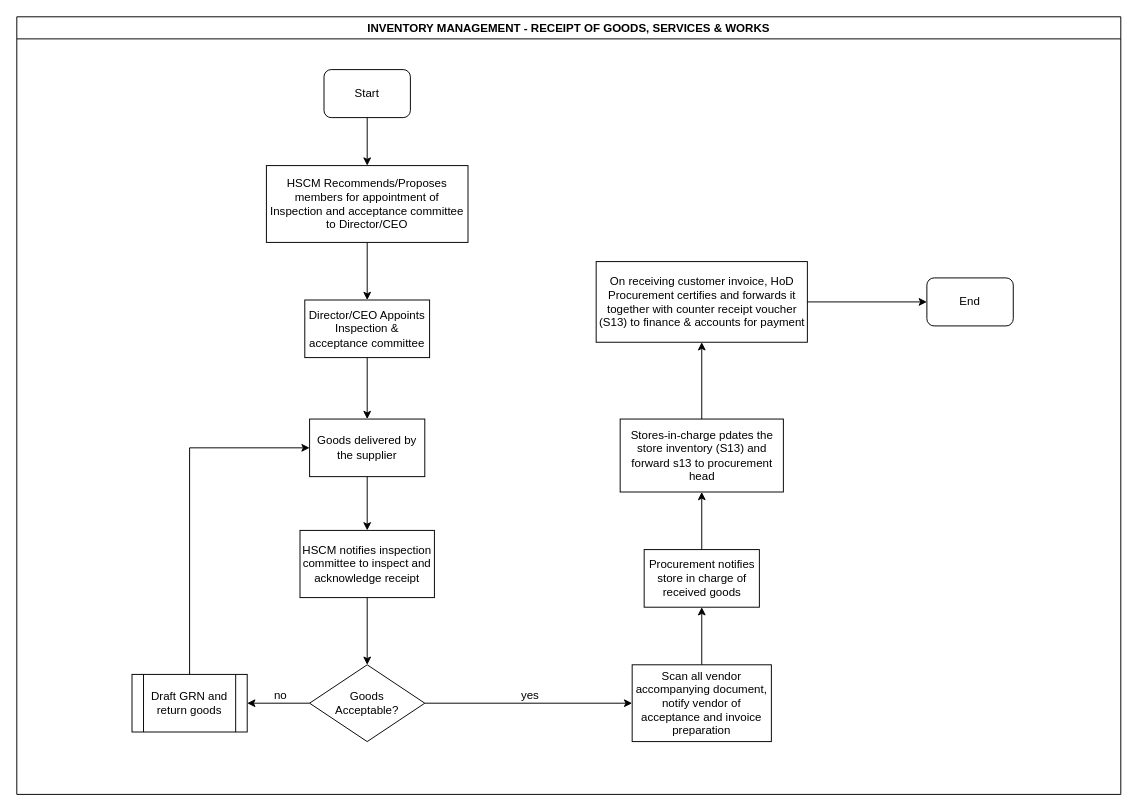
This is KEFRI-PROC-INVENTORY MANAGEMENT.drawio from kmagua/flowcharts, a draw.io file, before an edit. Source tidied: cells renumbered, new cells numbered last; positions are measured from the earlier drawing's top-left corner, leaving out a move shared by most shapes. Both pictures are drawn from the tidied source at 96%, with x=0, y=0 at pixel (16, 16).
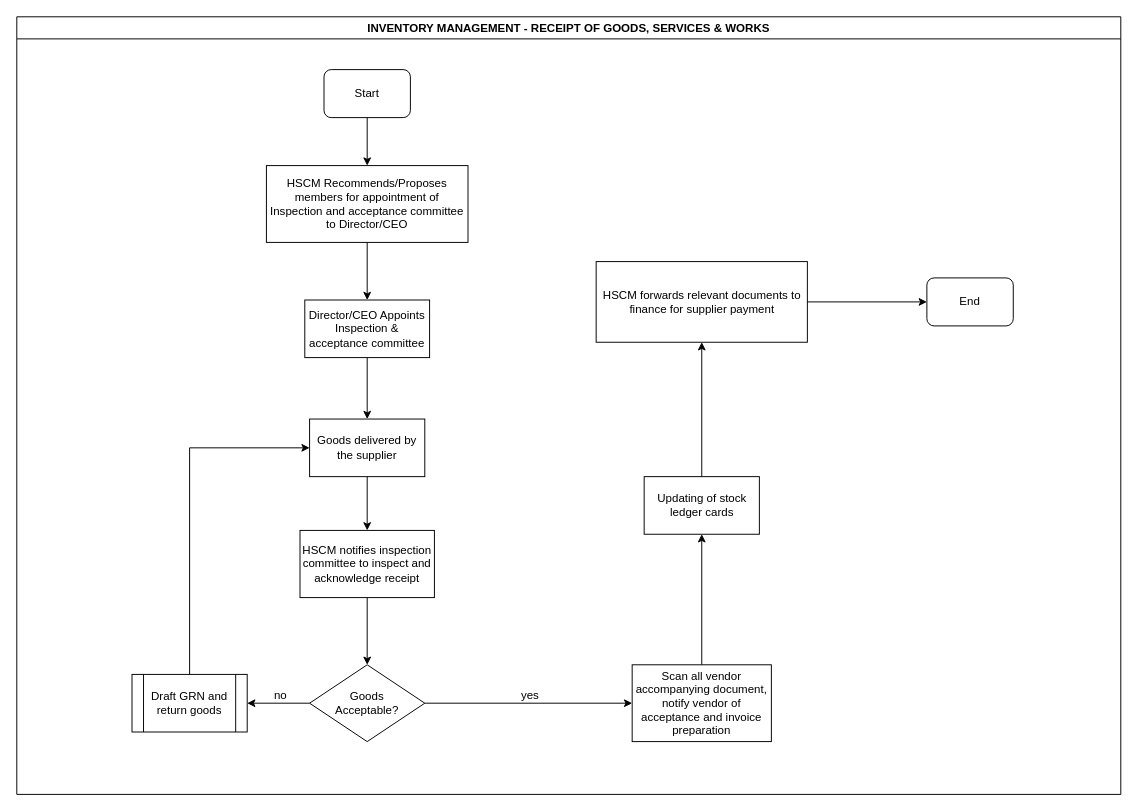
The same diagram, later.

Unchanged cells that the change refers to:
```xml
<mxCell id="2" value="INVENTORY MANAGEMENT - RECEIPT OF GOODS, SERVICES &amp; WORKS" style="swimlane;" parent="1" vertex="1">
  <mxGeometry width="1150" height="810" as="geometry" />
</mxCell>
```

Diff of the diagram source:
```diff
@@
-    <mxCell id="18" value="Procurement notifies store in charge of received goods" style="whiteSpace=wrap;html=1;rounded=0;" parent="2" vertex="1">
-      <mxGeometry x="653.5" y="555" width="120" height="60" as="geometry" />
+    <mxCell id="18" value="Updating of stock ledger cards" style="whiteSpace=wrap;html=1;rounded=0;" parent="2" vertex="1">
+      <mxGeometry x="653.5" y="479" width="120" height="60" as="geometry" />
     </mxCell>
-    <mxCell id="19" value="Stores-in-charge pdates the store inventory (S13) and forward s13 to procurement head" style="whiteSpace=wrap;html=1;rounded=0;" parent="2" vertex="1">
-      <mxGeometry x="628.5" y="419" width="170" height="76" as="geometry" />
-    </mxCell>
-    <mxCell id="20" style="edgeStyle=orthogonalEdgeStyle;rounded=0;jettySize=auto;html=1;" parent="2" edge="1" source="18" target="19">
+    <mxCell id="20" style="edgeStyle=orthogonalEdgeStyle;rounded=0;jettySize=auto;html=1;entryX=0.5;entryY=1;entryDx=0;entryDy=0;" parent="2" edge="1" source="18" target="21">
       <mxGeometry relative="1" as="geometry" />
     </mxCell>
-    <mxCell id="21" value="On receiving customer invoice, HoD Procurement certifies and forwards it together with counter receipt voucher (S13) to finance &amp;amp; accounts for payment" style="whiteSpace=wrap;html=1;rounded=0;" parent="2" vertex="1">
+    <mxCell id="21" value="HSCM forwards relevant documents to finance for supplier payment" style="whiteSpace=wrap;html=1;rounded=0;" parent="2" vertex="1">
       <mxGeometry x="603.5" y="255" width="220" height="84" as="geometry" />
     </mxCell>
-    <mxCell id="22" style="edgeStyle=orthogonalEdgeStyle;rounded=0;jettySize=auto;html=1;" parent="2" edge="1" source="19" target="21">
-      <mxGeometry relative="1" as="geometry" />
-    </mxCell>
```
